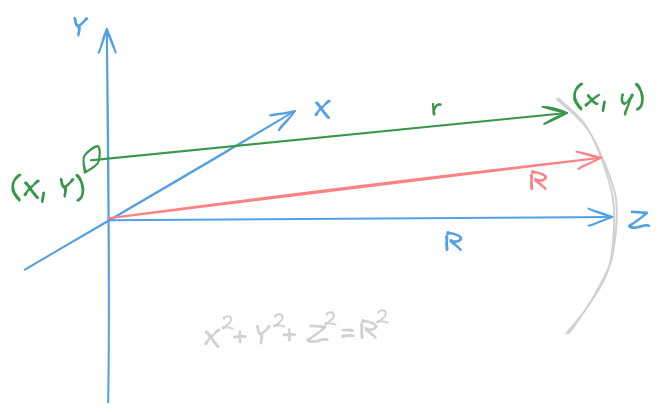
The Excalidraw diagram optics/images/aperture_notes.png in zhendrikse/science, before a commit. Source tidied: one line per element, renumbered; positions are measured from the earlier drawing's top-left corner, leaving out a move shared by most shapes. The source it was exported from:
```json
{"id": 0, "type": "text", "text": "Y", "strokeColor": "#1971c2", "strokeWidth": 2, "roughness": 1, "fontSize": 28, "fontFamily": 5, "x": 62, "y": 0, "width": 16, "height": 35}
{"id": 1, "type": "arrow", "strokeColor": "#1971c2", "strokeWidth": 2, "roughness": 1, "endArrowhead": "arrow", "x": 98, "y": 392, "width": 1, "height": 373, "points": [[0, 0], [-1, -373]]}
{"id": 2, "type": "arrow", "strokeColor": "#1971c2", "strokeWidth": 2, "roughness": 1, "endArrowhead": "arrow", "x": 98, "y": 210, "width": 504, "height": 3, "points": [[0, 0], [504, -3]]}
{"id": 3, "type": "arrow", "strokeColor": "#1971c2", "strokeWidth": 2, "roughness": 1, "endArrowhead": "arrow", "x": 15, "y": 260, "width": 270, "height": 159, "points": [[0, 0], [270, -159]]}
{"id": 4, "type": "text", "text": "X", "strokeColor": "#1971c2", "strokeWidth": 2, "roughness": 1, "fontSize": 28, "fontFamily": 5, "x": 304, "y": 82, "width": 18, "height": 35}
{"id": 5, "type": "text", "text": "Z", "strokeColor": "#1971c2", "strokeWidth": 2, "roughness": 1, "fontSize": 28, "fontFamily": 5, "x": 618, "y": 192, "width": 23, "height": 35}
{"id": 6, "type": "line", "strokeColor": "#1e1e1e", "strokeWidth": 2, "roughness": 1, "round": true, "x": 548, "y": 88, "width": 57, "height": 235, "points": [[0, 0], [25, 26], [41, 55], [57, 101], [54, 156], [43, 183], [28, 210], [9, 235]]}
{"id": 7, "type": "arrow", "strokeColor": "#e03131", "strokeWidth": 2, "roughness": 1, "endArrowhead": "arrow", "x": 98, "y": 208, "width": 493, "height": 61, "points": [[0, 0], [493, -61]]}
{"id": 8, "type": "text", "text": "R", "strokeColor": "#1971c2", "strokeWidth": 2, "roughness": 1, "fontSize": 28, "fontFamily": 5, "x": 433, "y": 216, "width": 21, "height": 35}
{"id": 9, "type": "text", "text": "R", "strokeColor": "#e03131", "strokeWidth": 2, "roughness": 1, "fontSize": 28, "fontFamily": 5, "x": 518, "y": 155, "width": 21, "height": 35}
{"id": 10, "type": "line", "strokeColor": "#2f9e44", "strokeWidth": 2, "roughness": 1, "round": true, "x": 75, "y": 162, "width": 13, "height": 26, "points": [[0, 0], [13, -10], [13, -26], [0, -17], [0, 0]]}
{"id": 11, "type": "text", "text": "(X, Y)", "strokeColor": "#2f9e44", "strokeWidth": 2, "roughness": 1, "fontSize": 28, "fontFamily": 5, "x": 0, "y": 162, "width": 76, "height": 35}
{"id": 12, "type": "arrow", "strokeColor": "#2f9e44", "strokeWidth": 2, "roughness": 1, "endArrowhead": "arrow", "from": 11, "x": 81, "y": 150, "width": 476, "height": 47, "points": [[0, 0], [476, -47]]}
{"id": 13, "type": "text", "text": "r", "strokeColor": "#2f9e44", "strokeWidth": 2, "roughness": 1, "fontSize": 28, "fontFamily": 5, "x": 420, "y": 80, "width": 12, "height": 35}
{"id": 14, "type": "text", "text": "(x, y)", "strokeColor": "#2f9e44", "strokeWidth": 2, "roughness": 1, "fontSize": 28, "fontFamily": 5, "x": 562, "y": 70, "width": 74, "height": 35}
{"id": 15, "type": "text", "text": "X +", "strokeColor": "#1e1e1e", "strokeWidth": 2, "roughness": 1, "fontSize": 28, "fontFamily": 5, "x": 193, "y": 310, "width": 44, "height": 35}
{"id": 16, "type": "text", "text": "2", "strokeColor": "#1e1e1e", "strokeWidth": 2, "roughness": 1, "fontSize": 20, "fontFamily": 5, "x": 211, "y": 301, "width": 14, "height": 25}
{"id": 17, "type": "text", "text": "Y +", "strokeColor": "#1e1e1e", "strokeWidth": 2, "roughness": 1, "fontSize": 28, "fontFamily": 5, "x": 245, "y": 309, "width": 43, "height": 35}
{"id": 18, "type": "text", "text": "2", "strokeColor": "#1e1e1e", "strokeWidth": 2, "roughness": 1, "fontSize": 20, "fontFamily": 5, "x": 262, "y": 300, "width": 14, "height": 25}
{"id": 19, "type": "text", "text": "Z =", "strokeColor": "#1e1e1e", "strokeWidth": 2, "roughness": 1, "fontSize": 28, "fontFamily": 5, "x": 296, "y": 307, "width": 50, "height": 35}
{"id": 20, "type": "text", "text": "2", "strokeColor": "#1e1e1e", "strokeWidth": 2, "roughness": 1, "fontSize": 20, "fontFamily": 5, "x": 313, "y": 298, "width": 14, "height": 25}
{"id": 21, "type": "text", "text": "R", "strokeColor": "#1e1e1e", "strokeWidth": 2, "roughness": 1, "fontSize": 28, "fontFamily": 5, "x": 348, "y": 304, "width": 21, "height": 35}
{"id": 22, "type": "text", "text": "2", "strokeColor": "#1e1e1e", "strokeWidth": 2, "roughness": 1, "fontSize": 20, "fontFamily": 5, "x": 365, "y": 295, "width": 14, "height": 25}
```
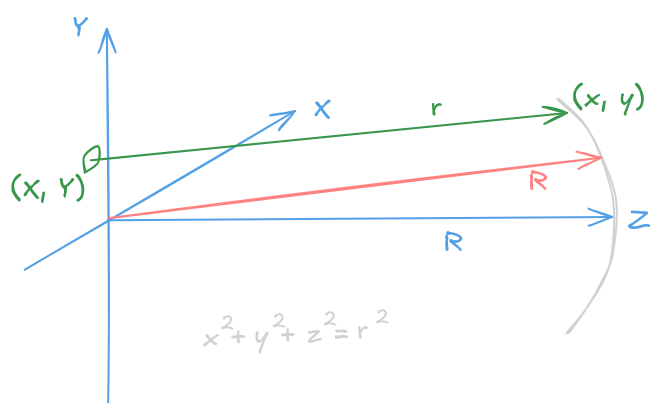
After the commit.

Diff of the diagram source:
```diff
@@ -13,11 +13,11 @@
 {"id": 12, "type": "arrow", "strokeColor": "#2f9e44", "strokeWidth": 2, "roughness": 1, "endArrowhead": "arrow", "from": 11, "x": 81, "y": 150, "width": 476, "height": 47, "points": [[0, 0], [476, -47]]}
 {"id": 13, "type": "text", "text": "r", "strokeColor": "#2f9e44", "strokeWidth": 2, "roughness": 1, "fontSize": 28, "fontFamily": 5, "x": 420, "y": 80, "width": 12, "height": 35}
 {"id": 14, "type": "text", "text": "(x, y)", "strokeColor": "#2f9e44", "strokeWidth": 2, "roughness": 1, "fontSize": 28, "fontFamily": 5, "x": 562, "y": 70, "width": 74, "height": 35}
-{"id": 15, "type": "text", "text": "X +", "strokeColor": "#1e1e1e", "strokeWidth": 2, "roughness": 1, "fontSize": 28, "fontFamily": 5, "x": 193, "y": 310, "width": 44, "height": 35}
+{"id": 15, "type": "text", "text": "x +", "strokeColor": "#1e1e1e", "strokeWidth": 2, "roughness": 1, "fontSize": 28, "fontFamily": 5, "x": 193, "y": 310, "width": 43, "height": 35}
 {"id": 16, "type": "text", "text": "2", "strokeColor": "#1e1e1e", "strokeWidth": 2, "roughness": 1, "fontSize": 20, "fontFamily": 5, "x": 211, "y": 301, "width": 14, "height": 25}
-{"id": 17, "type": "text", "text": "Y +", "strokeColor": "#1e1e1e", "strokeWidth": 2, "roughness": 1, "fontSize": 28, "fontFamily": 5, "x": 245, "y": 309, "width": 43, "height": 35}
+{"id": 17, "type": "text", "text": "y +", "strokeColor": "#1e1e1e", "strokeWidth": 2, "roughness": 1, "fontSize": 28, "fontFamily": 5, "x": 244, "y": 309, "width": 42, "height": 35}
 {"id": 18, "type": "text", "text": "2", "strokeColor": "#1e1e1e", "strokeWidth": 2, "roughness": 1, "fontSize": 20, "fontFamily": 5, "x": 262, "y": 300, "width": 14, "height": 25}
-{"id": 19, "type": "text", "text": "Z =", "strokeColor": "#1e1e1e", "strokeWidth": 2, "roughness": 1, "fontSize": 28, "fontFamily": 5, "x": 296, "y": 307, "width": 50, "height": 35}
+{"id": 19, "type": "text", "text": "z =", "strokeColor": "#1e1e1e", "strokeWidth": 2, "roughness": 1, "fontSize": 28, "fontFamily": 5, "x": 297, "y": 307, "width": 43, "height": 35}
 {"id": 20, "type": "text", "text": "2", "strokeColor": "#1e1e1e", "strokeWidth": 2, "roughness": 1, "fontSize": 20, "fontFamily": 5, "x": 313, "y": 298, "width": 14, "height": 25}
-{"id": 21, "type": "text", "text": "R", "strokeColor": "#1e1e1e", "strokeWidth": 2, "roughness": 1, "fontSize": 28, "fontFamily": 5, "x": 348, "y": 304, "width": 21, "height": 35}
+{"id": 21, "type": "text", "text": "r", "strokeColor": "#1e1e1e", "strokeWidth": 2, "roughness": 1, "fontSize": 28, "fontFamily": 5, "x": 347, "y": 303, "width": 12, "height": 35}
 {"id": 22, "type": "text", "text": "2", "strokeColor": "#1e1e1e", "strokeWidth": 2, "roughness": 1, "fontSize": 20, "fontFamily": 5, "x": 365, "y": 295, "width": 14, "height": 25}
```
